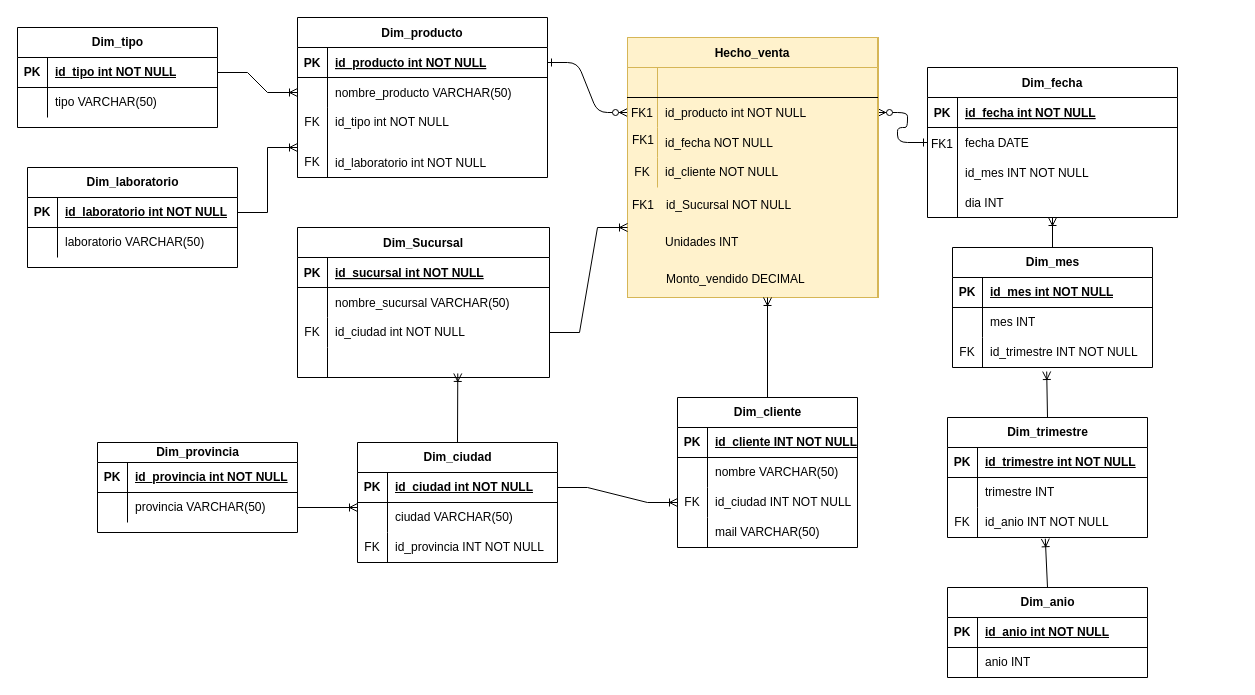
Juanjerezz/ciencia-de-datos keeps this draw.io diagram as 2.actividad-modeladoDW/FarmaciasSnowflake.drawio. Above is the earlier version. Source tidied: cells renumbered, new cells numbered last; positions are measured from the earlier drawing's top-left corner, leaving out a move shared by most shapes. Both pictures are drawn from the tidied source at 100%, with x=0, y=0 at pixel (17, 17).
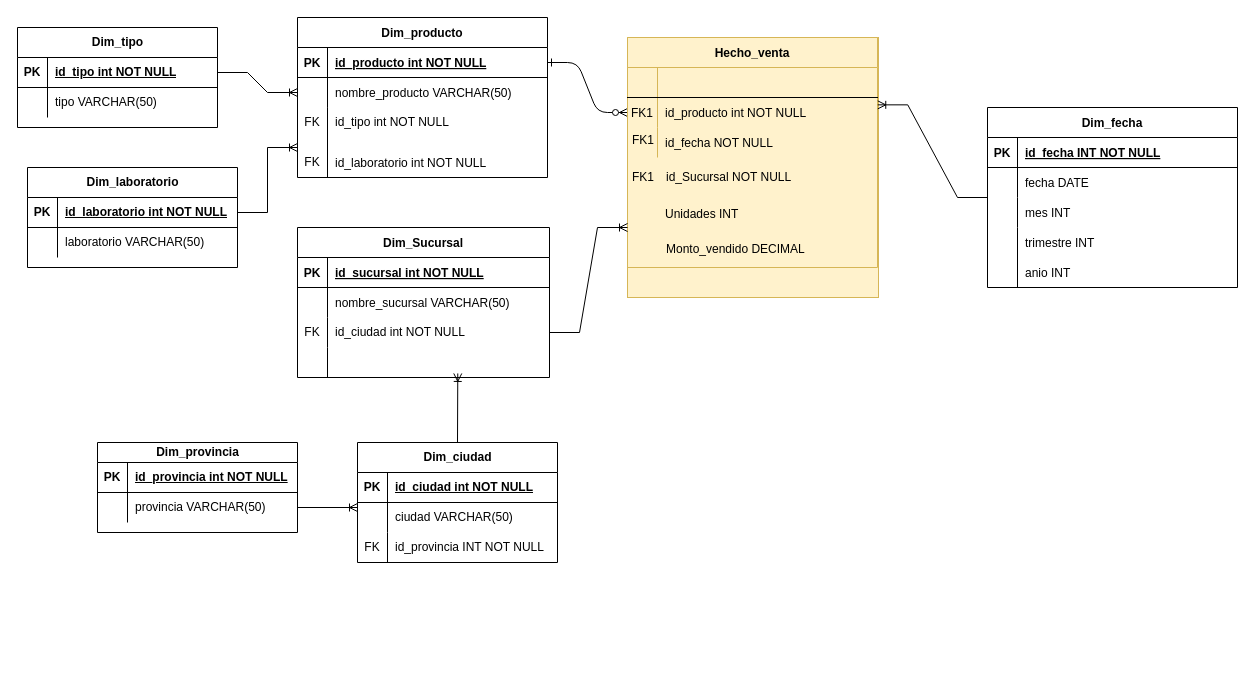
Above is the later version.

The change refers to these unchanged cells:
```xml
<mxCell id="17" style="group;fillColor=#fff2cc;strokeColor=#d6b656;" parent="1" vertex="1">
  <mxGeometry x="610" y="20" width="251" height="260" as="geometry" />
</mxCell>
<mxCell id="22" style="shape=partialRectangle;fillColor=none;points=[[0,0.5],[1,0.5]];portConstraint=eastwest;top=0;left=0;right=0;bottom=0;" parent="18" vertex="1">
  <mxGeometry y="60" width="250" height="30" as="geometry" />
</mxCell>
<mxCell id="76" style="shape=tableRow;horizontal=0;startSize=0;swimlaneHead=0;swimlaneBody=0;fillColor=none;points=[[0,0.5],[1,0.5]];portConstraint=eastwest;top=0;left=0;right=0;bottom=1;" parent="75" vertex="1">
  <mxGeometry y="30" width="200" height="30" as="geometry" />
</mxCell>
```

Diff of the diagram source:
```diff
@@
-    <mxCell id="3" style="edgeStyle=entityRelationEdgeStyle;endArrow=ERzeroToMany;startArrow=ERone;endFill=1;startFill=0;entryX=1;entryY=0.5;entryDx=0;entryDy=0;" parent="1" edge="1" source="39" target="22">
-      <mxGeometry relative="1" as="geometry" />
-    </mxCell>
@@
     <mxCell id="18" value="Hecho_venta" style="shape=table;startSize=30;childLayout=tableLayout;rowLines=0;fontStyle=1;align=center;fillColor=#fff2cc;strokeColor=#d6b656;" parent="17" vertex="1">
-      <mxGeometry width="250" height="260" as="geometry" />
+      <mxGeometry width="250" height="230" as="geometry" />
     </mxCell>
@@
-    <mxCell id="28" style="shape=tableRow;horizontal=0;startSize=0;swimlaneHead=0;swimlaneBody=0;fillColor=none;top=0;left=0;right=0;bottom=0;" parent="18" vertex="1">
-      <mxGeometry y="120" width="250" height="30" as="geometry" />
-    </mxCell>
-    <mxCell id="29" value="FK" style="shape=partialRectangle;fillColor=none;top=0;left=0;bottom=0;right=0;fontStyle=0;overflow=hidden;whiteSpace=wrap;html=1;" parent="28" vertex="1">
-      <mxGeometry width="30" height="30" as="geometry" />
-    </mxCell>
-    <mxCell id="30" value="id_cliente NOT NULL" style="shape=partialRectangle;fillColor=none;top=0;left=0;bottom=0;right=0;align=left;spacingLeft=6;fontStyle=0;overflow=hidden;whiteSpace=wrap;html=1;" parent="28" vertex="1">
-      <mxGeometry x="30" width="220" height="30" as="geometry" />
-    </mxCell>
     <mxCell id="31" value="FK1" style="shape=partialRectangle;overflow=hidden;fillColor=none;top=0;left=0;bottom=0;right=0;" parent="17" vertex="1">
-      <mxGeometry x="1" y="148.6" width="30" height="37.1" as="geometry" />
+      <mxGeometry x="1" y="120.7" width="30" height="37.1" as="geometry" />
     </mxCell>
     <mxCell id="32" value="id_Sucursal NOT NULL" style="shape=partialRectangle;overflow=hidden;fillColor=none;top=0;left=0;bottom=0;right=0;align=left;spacingLeft=6;" parent="17" vertex="1">
-      <mxGeometry x="31" y="148.6" width="220" height="37.1" as="geometry" />
+      <mxGeometry x="31" y="120.7" width="220" height="37.1" as="geometry" />
     </mxCell>
@@
     <mxCell id="34" value="Unidades INT" style="shape=partialRectangle;overflow=hidden;fillColor=none;top=0;left=0;bottom=0;right=0;align=left;spacingLeft=6;" parent="17" vertex="1">
-      <mxGeometry x="30" y="185.7" width="220" height="37.1" as="geometry" />
+      <mxGeometry x="30" y="157.9" width="220" height="37.1" as="geometry" />
     </mxCell>
     <mxCell id="35" value="Monto_vendido DECIMAL" style="shape=partialRectangle;overflow=hidden;fillColor=none;top=0;left=0;bottom=0;right=0;align=left;spacingLeft=6;" parent="17" vertex="1">
-      <mxGeometry x="31" y="222.9" width="220" height="37.1" as="geometry" />
+      <mxGeometry x="31" y="192.9" width="220" height="37.1" as="geometry" />
     </mxCell>
-    <mxCell id="36" style="group;" parent="1" vertex="1">
-      <mxGeometry x="910" y="50" width="250" height="150" as="geometry" />
-    </mxCell>
-    <mxCell id="37" style="group;" parent="36" vertex="1">
-      <mxGeometry width="250" height="150" as="geometry" />
-    </mxCell>
-    <mxCell id="38" style="group;" parent="37" vertex="1">
-      <mxGeometry width="250" height="150" as="geometry" />
-    </mxCell>
-    <mxCell id="39" value="Dim_fecha" style="shape=table;startSize=30;childLayout=tableLayout;rowLines=0;fontStyle=1;align=center;" parent="38" vertex="1">
-      <mxGeometry width="250" height="150" as="geometry" />
-    </mxCell>
-    <mxCell id="40" style="shape=partialRectangle;fillColor=none;top=0;left=0;right=0;bottom=1;" parent="39" vertex="1">
-      <mxGeometry y="30" width="250" height="30" as="geometry" />
-    </mxCell>
-    <mxCell id="41" value="PK" style="shape=partialRectangle;overflow=hidden;fillColor=none;top=0;left=0;bottom=0;right=0;fontStyle=1;" parent="40" vertex="1">
-      <mxGeometry width="30" height="30" as="geometry" />
-    </mxCell>
-    <mxCell id="42" value="id_fecha int NOT NULL " style="shape=partialRectangle;overflow=hidden;fillColor=none;top=0;left=0;bottom=0;right=0;align=left;spacingLeft=6;fontStyle=5;" parent="40" vertex="1">
-      <mxGeometry x="30" width="220" height="30" as="geometry" />
-    </mxCell>
-    <mxCell id="43" style="shape=partialRectangle;fillColor=none;top=0;left=0;right=0;bottom=0;" parent="39" vertex="1">
-      <mxGeometry y="60" width="250" height="30" as="geometry" />
-    </mxCell>
-    <mxCell id="44" style="shape=partialRectangle;overflow=hidden;fillColor=none;top=0;left=0;bottom=0;right=0;" parent="43" vertex="1">
-      <mxGeometry width="30" height="30" as="geometry" />
-    </mxCell>
-    <mxCell id="45" value="fecha DATE" style="shape=partialRectangle;overflow=hidden;fillColor=none;top=0;left=0;bottom=0;right=0;align=left;spacingLeft=6;" parent="43" vertex="1">
-      <mxGeometry x="30" width="220" height="30" as="geometry" />
-    </mxCell>
-    <mxCell id="46" style="shape=partialRectangle;fillColor=none;points=[[0,0.5],[1,0.5]];portConstraint=eastwest;top=0;left=0;right=0;bottom=0;" parent="39" vertex="1">
-      <mxGeometry y="90" width="250" height="30" as="geometry" />
-    </mxCell>
-    <mxCell id="47" style="shape=partialRectangle;overflow=hidden;fillColor=none;top=0;left=0;bottom=0;right=0;" parent="46" vertex="1">
-      <mxGeometry width="30" height="30" as="geometry" />
-    </mxCell>
-    <mxCell id="48" value="id_mes INT NOT NULL" style="shape=partialRectangle;overflow=hidden;fillColor=none;top=0;left=0;bottom=0;right=0;align=left;spacingLeft=6;" parent="46" vertex="1">
-      <mxGeometry x="30" width="220" height="30" as="geometry" />
-    </mxCell>
-    <mxCell id="49" style="shape=partialRectangle;fillColor=none;top=0;left=0;right=0;bottom=0;" parent="39" vertex="1">
-      <mxGeometry y="120" width="250" height="30" as="geometry" />
-    </mxCell>
-    <mxCell id="50" style="shape=partialRectangle;overflow=hidden;fillColor=none;top=0;left=0;bottom=0;right=0;" parent="49" vertex="1">
-      <mxGeometry width="30" height="30" as="geometry" />
-    </mxCell>
-    <mxCell id="51" value="dia INT" style="shape=partialRectangle;overflow=hidden;fillColor=none;top=0;left=0;bottom=0;right=0;align=left;spacingLeft=6;" parent="49" vertex="1">
-      <mxGeometry x="30" width="220" height="30" as="geometry" />
-    </mxCell>
-    <mxCell id="52" style="endArrow=none;html=1;rounded=0;" parent="38" edge="1">
-      <mxGeometry relative="1" as="geometry">
-        <mxPoint x="30" y="130" as="sourcePoint" />
-        <mxPoint x="30" y="86.7" as="targetPoint" />
-      </mxGeometry>
-    </mxCell>
-    <mxCell id="53" value="FK1" style="shape=partialRectangle;overflow=hidden;fillColor=none;top=0;left=0;bottom=0;right=0;" parent="38" vertex="1">
-      <mxGeometry y="65" width="30" height="21.7" as="geometry" />
-    </mxCell>
@@
-    <mxCell id="95" value="Dim_mes" style="shape=table;startSize=30;childLayout=tableLayout;rowLines=0;fontStyle=1;align=center;html=1;fillColor=default;" parent="1" vertex="1">
-      <mxGeometry x="935" y="230" width="200" height="120" as="geometry" />
-    </mxCell>
-    <mxCell id="96" style="shape=tableRow;horizontal=0;startSize=0;swimlaneHead=0;swimlaneBody=0;fillColor=none;top=0;left=0;right=0;bottom=1;" parent="95" vertex="1">
-      <mxGeometry y="30" width="200" height="30" as="geometry" />
-    </mxCell>
-    <mxCell id="97" value="PK" style="shape=partialRectangle;fillColor=none;top=0;left=0;bottom=0;right=0;fontStyle=1;overflow=hidden;whiteSpace=wrap;html=1;" parent="96" vertex="1">
-      <mxGeometry width="30" height="30" as="geometry" />
-    </mxCell>
-    <mxCell id="98" value="id_mes int NOT NULL" style="shape=partialRectangle;fillColor=none;top=0;left=0;bottom=0;right=0;align=left;spacingLeft=6;fontStyle=5;overflow=hidden;whiteSpace=wrap;html=1;" parent="96" vertex="1">
-      <mxGeometry x="30" width="170" height="30" as="geometry" />
-    </mxCell>
-    <mxCell id="99" style="shape=tableRow;horizontal=0;startSize=0;swimlaneHead=0;swimlaneBody=0;fillColor=none;top=0;left=0;right=0;bottom=0;" parent="95" vertex="1">
-      <mxGeometry y="60" width="200" height="30" as="geometry" />
-    </mxCell>
-    <mxCell id="100" style="shape=partialRectangle;fillColor=none;top=0;left=0;bottom=0;right=0;overflow=hidden;whiteSpace=wrap;html=1;" parent="99" vertex="1">
-      <mxGeometry width="30" height="30" as="geometry" />
-    </mxCell>
-    <mxCell id="101" value="mes INT" style="shape=partialRectangle;fillColor=none;top=0;left=0;bottom=0;right=0;align=left;spacingLeft=6;overflow=hidden;whiteSpace=wrap;html=1;" parent="99" vertex="1">
-      <mxGeometry x="30" width="170" height="30" as="geometry" />
-    </mxCell>
-    <mxCell id="102" style="shape=tableRow;horizontal=0;startSize=0;swimlaneHead=0;swimlaneBody=0;fillColor=none;points=[[0,0.5],[1,0.5]];portConstraint=eastwest;top=0;left=0;right=0;bottom=0;" parent="95" vertex="1">
-      <mxGeometry y="90" width="200" height="30" as="geometry" />
-    </mxCell>
-    <mxCell id="103" value="FK" style="shape=partialRectangle;fillColor=none;top=0;left=0;bottom=0;right=0;fontStyle=0;overflow=hidden;whiteSpace=wrap;html=1;" parent="102" vertex="1">
-      <mxGeometry width="30" height="30" as="geometry" />
-    </mxCell>
-    <mxCell id="104" value="id_trimestre INT NOT NULL" style="shape=partialRectangle;fillColor=none;top=0;left=0;bottom=0;right=0;align=left;spacingLeft=6;fontStyle=0;overflow=hidden;whiteSpace=wrap;html=1;" parent="102" vertex="1">
-      <mxGeometry x="30" width="170" height="30" as="geometry" />
-    </mxCell>
-    <mxCell id="105" style="fontSize=12;html=1;endArrow=ERoneToMany;rounded=0;exitX=0.5;exitY=0;exitDx=0;exitDy=0;entryX=0.5;entryY=1;entryDx=0;entryDy=0;" parent="1" edge="1" source="95" target="39">
-      <mxGeometry relative="1" as="geometry" />
-    </mxCell>
-    <mxCell id="106" value="Dim_trimestre" style="shape=table;startSize=30;childLayout=tableLayout;rowLines=0;fontStyle=1;align=center;html=1;fillColor=default;" parent="1" vertex="1">
-      <mxGeometry x="930" y="400" width="200" height="120" as="geometry" />
-    </mxCell>
-    <mxCell id="107" style="shape=tableRow;horizontal=0;startSize=0;swimlaneHead=0;swimlaneBody=0;fillColor=none;top=0;left=0;right=0;bottom=1;" parent="106" vertex="1">
-      <mxGeometry y="30" width="200" height="30" as="geometry" />
-    </mxCell>
-    <mxCell id="108" value="PK" style="shape=partialRectangle;fillColor=none;top=0;left=0;bottom=0;right=0;fontStyle=1;overflow=hidden;whiteSpace=wrap;html=1;" parent="107" vertex="1">
-      <mxGeometry width="30" height="30" as="geometry" />
-    </mxCell>
-    <mxCell id="109" value="id_trimestre int NOT NULL" style="shape=partialRectangle;fillColor=none;top=0;left=0;bottom=0;right=0;align=left;spacingLeft=6;fontStyle=5;overflow=hidden;whiteSpace=wrap;html=1;" parent="107" vertex="1">
-      <mxGeometry x="30" width="170" height="30" as="geometry" />
-    </mxCell>
-    <mxCell id="110" style="shape=tableRow;horizontal=0;startSize=0;swimlaneHead=0;swimlaneBody=0;fillColor=none;top=0;left=0;right=0;bottom=0;" parent="106" vertex="1">
-      <mxGeometry y="60" width="200" height="30" as="geometry" />
-    </mxCell>
-    <mxCell id="111" style="shape=partialRectangle;fillColor=none;top=0;left=0;bottom=0;right=0;overflow=hidden;whiteSpace=wrap;html=1;" parent="110" vertex="1">
-      <mxGeometry width="30" height="30" as="geometry" />
-    </mxCell>
-    <mxCell id="112" value="trimestre INT" style="shape=partialRectangle;fillColor=none;top=0;left=0;bottom=0;right=0;align=left;spacingLeft=6;overflow=hidden;whiteSpace=wrap;html=1;" parent="110" vertex="1">
-      <mxGeometry x="30" width="170" height="30" as="geometry" />
-    </mxCell>
-    <mxCell id="113" style="shape=tableRow;horizontal=0;startSize=0;swimlaneHead=0;swimlaneBody=0;fillColor=none;points=[[0,0.5],[1,0.5]];portConstraint=eastwest;top=0;left=0;right=0;bottom=0;" parent="106" vertex="1">
-      <mxGeometry y="90" width="200" height="30" as="geometry" />
-    </mxCell>
-    <mxCell id="114" value="FK" style="shape=partialRectangle;fillColor=none;top=0;left=0;bottom=0;right=0;fontStyle=0;overflow=hidden;whiteSpace=wrap;html=1;" parent="113" vertex="1">
-      <mxGeometry width="30" height="30" as="geometry" />
-    </mxCell>
-    <mxCell id="115" value="id_anio INT NOT NULL" style="shape=partialRectangle;fillColor=none;top=0;left=0;bottom=0;right=0;align=left;spacingLeft=6;fontStyle=0;overflow=hidden;whiteSpace=wrap;html=1;" parent="113" vertex="1">
-      <mxGeometry x="30" width="170" height="30" as="geometry" />
-    </mxCell>
-    <mxCell id="116" style="fontSize=12;html=1;endArrow=ERoneToMany;rounded=0;exitX=0.5;exitY=0;exitDx=0;exitDy=0;entryX=0.471;entryY=1.134;entryDx=0;entryDy=0;entryPerimeter=0;" parent="1" edge="1" source="106" target="102">
-      <mxGeometry relative="1" as="geometry" />
-    </mxCell>
-    <mxCell id="117" value="Dim_anio" style="shape=table;startSize=30;childLayout=tableLayout;rowLines=0;fontStyle=1;align=center;html=1;fillColor=default;" parent="1" vertex="1">
-      <mxGeometry x="930" y="570" width="200" height="90" as="geometry" />
-    </mxCell>
-    <mxCell id="118" style="shape=tableRow;horizontal=0;startSize=0;swimlaneHead=0;swimlaneBody=0;fillColor=none;top=0;left=0;right=0;bottom=1;" parent="117" vertex="1">
-      <mxGeometry y="30" width="200" height="30" as="geometry" />
-    </mxCell>
-    <mxCell id="119" value="PK" style="shape=partialRectangle;fillColor=none;top=0;left=0;bottom=0;right=0;fontStyle=1;overflow=hidden;whiteSpace=wrap;html=1;" parent="118" vertex="1">
-      <mxGeometry width="30" height="30" as="geometry" />
-    </mxCell>
-    <mxCell id="120" value="id_anio int NOT NULL" style="shape=partialRectangle;fillColor=none;top=0;left=0;bottom=0;right=0;align=left;spacingLeft=6;fontStyle=5;overflow=hidden;whiteSpace=wrap;html=1;" parent="118" vertex="1">
-      <mxGeometry x="30" width="170" height="30" as="geometry" />
-    </mxCell>
-    <mxCell id="121" style="shape=tableRow;horizontal=0;startSize=0;swimlaneHead=0;swimlaneBody=0;fillColor=none;top=0;left=0;right=0;bottom=0;" parent="117" vertex="1">
-      <mxGeometry y="60" width="200" height="30" as="geometry" />
-    </mxCell>
-    <mxCell id="122" style="shape=partialRectangle;fillColor=none;top=0;left=0;bottom=0;right=0;overflow=hidden;whiteSpace=wrap;html=1;" parent="121" vertex="1">
-      <mxGeometry width="30" height="30" as="geometry" />
-    </mxCell>
-    <mxCell id="123" value="anio INT" style="shape=partialRectangle;fillColor=none;top=0;left=0;bottom=0;right=0;align=left;spacingLeft=6;overflow=hidden;whiteSpace=wrap;html=1;" parent="121" vertex="1">
-      <mxGeometry x="30" width="170" height="30" as="geometry" />
-    </mxCell>
-    <mxCell id="124" style="fontSize=12;html=1;endArrow=ERoneToMany;rounded=0;exitX=0.5;exitY=0;exitDx=0;exitDy=0;entryX=0.489;entryY=1.041;entryDx=0;entryDy=0;entryPerimeter=0;" parent="1" edge="1" source="117" target="113">
-      <mxGeometry relative="1" as="geometry" />
-    </mxCell>
-    <mxCell id="125" value="Dim_cliente" style="shape=table;startSize=30;childLayout=tableLayout;rowLines=0;fontStyle=1;align=center;html=1;" parent="1" vertex="1">
-      <mxGeometry x="660" y="380" width="180" height="150" as="geometry" />
-    </mxCell>
-    <mxCell id="126" style="shape=tableRow;horizontal=0;startSize=0;swimlaneHead=0;swimlaneBody=0;fillColor=none;top=0;left=0;right=0;bottom=1;" parent="125" vertex="1">
-      <mxGeometry y="30" width="180" height="30" as="geometry" />
-    </mxCell>
-    <mxCell id="127" value="PK" style="shape=partialRectangle;fillColor=none;top=0;left=0;bottom=0;right=0;fontStyle=1;overflow=hidden;whiteSpace=wrap;html=1;" parent="126" vertex="1">
-      <mxGeometry width="30" height="30" as="geometry" />
-    </mxCell>
-    <mxCell id="128" value="id_cliente INT NOT NULL" style="shape=partialRectangle;fillColor=none;top=0;left=0;bottom=0;right=0;align=left;spacingLeft=6;fontStyle=5;overflow=hidden;whiteSpace=wrap;html=1;" parent="126" vertex="1">
-      <mxGeometry x="30" width="150" height="30" as="geometry" />
-    </mxCell>
-    <mxCell id="129" style="shape=tableRow;horizontal=0;startSize=0;swimlaneHead=0;swimlaneBody=0;fillColor=none;top=0;left=0;right=0;bottom=0;" parent="125" vertex="1">
-      <mxGeometry y="60" width="180" height="30" as="geometry" />
-    </mxCell>
-    <mxCell id="130" style="shape=partialRectangle;fillColor=none;top=0;left=0;bottom=0;right=0;overflow=hidden;whiteSpace=wrap;html=1;" parent="129" vertex="1">
-      <mxGeometry width="30" height="30" as="geometry" />
-    </mxCell>
-    <mxCell id="131" value="nombre VARCHAR(50)" style="shape=partialRectangle;fillColor=none;top=0;left=0;bottom=0;right=0;align=left;spacingLeft=6;overflow=hidden;whiteSpace=wrap;html=1;" parent="129" vertex="1">
-      <mxGeometry x="30" width="150" height="30" as="geometry" />
-    </mxCell>
-    <mxCell id="132" style="shape=tableRow;horizontal=0;startSize=0;swimlaneHead=0;swimlaneBody=0;fillColor=none;points=[[0,0.5],[1,0.5]];portConstraint=eastwest;top=0;left=0;right=0;bottom=0;" parent="125" vertex="1">
-      <mxGeometry y="90" width="180" height="30" as="geometry" />
-    </mxCell>
-    <mxCell id="133" value="FK" style="shape=partialRectangle;fillColor=none;top=0;left=0;bottom=0;right=0;fontStyle=0;overflow=hidden;whiteSpace=wrap;html=1;" parent="132" vertex="1">
-      <mxGeometry width="30" height="30" as="geometry" />
-    </mxCell>
-    <mxCell id="134" value="id_ciudad INT NOT NULL" style="shape=partialRectangle;fillColor=none;top=0;left=0;bottom=0;right=0;align=left;spacingLeft=6;fontStyle=0;overflow=hidden;whiteSpace=wrap;html=1;" parent="132" vertex="1">
-      <mxGeometry x="30" width="150" height="30" as="geometry" />
-    </mxCell>
-    <mxCell id="135" style="shape=tableRow;horizontal=0;startSize=0;swimlaneHead=0;swimlaneBody=0;fillColor=none;top=0;left=0;right=0;bottom=0;" parent="125" vertex="1">
-      <mxGeometry y="120" width="180" height="30" as="geometry" />
-    </mxCell>
-    <mxCell id="136" style="shape=partialRectangle;fillColor=none;top=0;left=0;bottom=0;right=0;overflow=hidden;whiteSpace=wrap;html=1;" parent="135" vertex="1">
-      <mxGeometry width="30" height="30" as="geometry" />
-    </mxCell>
-    <mxCell id="137" value="mail VARCHAR(50)" style="shape=partialRectangle;fillColor=none;top=0;left=0;bottom=0;right=0;align=left;spacingLeft=6;overflow=hidden;whiteSpace=wrap;html=1;" parent="135" vertex="1">
-      <mxGeometry x="30" width="150" height="30" as="geometry" />
-    </mxCell>
-    <mxCell id="138" style="edgeStyle=entityRelationEdgeStyle;fontSize=12;html=1;endArrow=ERoneToMany;rounded=0;entryX=0;entryY=0.5;entryDx=0;entryDy=0;exitX=1;exitY=0.5;exitDx=0;exitDy=0;" parent="1" edge="1" source="76" target="132">
-      <mxGeometry relative="1" as="geometry" />
-    </mxCell>
-    <mxCell id="139" style="fontSize=12;html=1;endArrow=ERoneToMany;rounded=0;exitX=0.5;exitY=0;exitDx=0;exitDy=0;" parent="1" edge="1" source="125">
-      <mxGeometry relative="1" as="geometry">
-        <mxPoint x="750" y="280" as="targetPoint" />
-      </mxGeometry>
-    </mxCell>
@@
+    <mxCell id="150" style="endArrow=none;html=1;rounded=0;" parent="1" edge="1">
+      <mxGeometry relative="1" as="geometry">
+        <mxPoint x="1000" y="270" as="sourcePoint" />
+        <mxPoint x="1000" y="210" as="targetPoint" />
+      </mxGeometry>
+    </mxCell>
+    <mxCell id="151" style="group;" parent="1" vertex="1">
+      <mxGeometry x="970" y="90" width="250" height="180" as="geometry" />
+    </mxCell>
+    <mxCell id="152" style="group;" parent="151" vertex="1">
+      <mxGeometry width="250" height="180" as="geometry" />
+    </mxCell>
+    <mxCell id="39" value="Dim_fecha" style="shape=table;startSize=30;childLayout=tableLayout;rowLines=0;fontStyle=1;align=center;" parent="152" vertex="1">
+      <mxGeometry width="250" height="180" as="geometry" />
+    </mxCell>
+    <mxCell id="40" style="shape=partialRectangle;fillColor=none;top=0;left=0;right=0;bottom=1;" parent="39" vertex="1">
+      <mxGeometry y="30" width="250" height="30" as="geometry" />
+    </mxCell>
+    <mxCell id="41" value="PK" style="shape=partialRectangle;overflow=hidden;fillColor=none;top=0;left=0;bottom=0;right=0;fontStyle=1;" parent="40" vertex="1">
+      <mxGeometry width="30" height="30" as="geometry" />
+    </mxCell>
+    <mxCell id="153" value="id_fecha INT NOT NULL " style="shape=partialRectangle;overflow=hidden;fillColor=none;top=0;left=0;bottom=0;right=0;align=left;spacingLeft=6;fontStyle=5;" parent="40" vertex="1">
+      <mxGeometry x="30" width="220" height="30" as="geometry" />
+    </mxCell>
+    <mxCell id="43" style="shape=partialRectangle;fillColor=none;top=0;left=0;right=0;bottom=0;" parent="39" vertex="1">
+      <mxGeometry y="60" width="250" height="30" as="geometry" />
+    </mxCell>
+    <mxCell id="154" style="shape=partialRectangle;overflow=hidden;fillColor=none;top=0;left=0;bottom=0;right=0;" parent="43" vertex="1">
+      <mxGeometry width="30" height="30" as="geometry" />
+    </mxCell>
+    <mxCell id="45" value="fecha DATE" style="shape=partialRectangle;overflow=hidden;fillColor=none;top=0;left=0;bottom=0;right=0;align=left;spacingLeft=6;" parent="43" vertex="1">
+      <mxGeometry x="30" width="220" height="30" as="geometry" />
+    </mxCell>
+    <mxCell id="46" style="shape=partialRectangle;fillColor=none;points=[[0,0.5],[1,0.5]];portConstraint=eastwest;top=0;left=0;right=0;bottom=0;" parent="39" vertex="1">
+      <mxGeometry y="90" width="250" height="30" as="geometry" />
+    </mxCell>
+    <mxCell id="155" style="shape=partialRectangle;overflow=hidden;fillColor=none;top=0;left=0;bottom=0;right=0;" parent="46" vertex="1">
+      <mxGeometry width="30" height="30" as="geometry" />
+    </mxCell>
+    <mxCell id="101" value="mes INT" style="shape=partialRectangle;overflow=hidden;fillColor=none;top=0;left=0;bottom=0;right=0;align=left;spacingLeft=6;" parent="46" vertex="1">
+      <mxGeometry x="30" width="220" height="30" as="geometry" />
+    </mxCell>
+    <mxCell id="112" value="trimestre INT" style="shape=partialRectangle;overflow=hidden;fillColor=none;top=0;left=0;bottom=0;right=0;align=left;spacingLeft=6;" parent="152" vertex="1">
+      <mxGeometry x="30" y="120" width="220" height="30" as="geometry" />
+    </mxCell>
+    <mxCell id="123" value="anio INT" style="shape=partialRectangle;overflow=hidden;fillColor=none;top=0;left=0;bottom=0;right=0;align=left;spacingLeft=6;" parent="152" vertex="1">
+      <mxGeometry x="30" y="150" width="220" height="30" as="geometry" />
+    </mxCell>
+    <mxCell id="156" style="edgeStyle=entityRelationEdgeStyle;fontSize=12;html=1;endArrow=ERoneToMany;rounded=0;exitX=0;exitY=0;exitDx=0;exitDy=0;exitPerimeter=0;entryX=1.001;entryY=0.245;entryDx=0;entryDy=0;entryPerimeter=0;" parent="1" edge="1" source="46" target="22">
+      <mxGeometry relative="1" as="geometry" />
+    </mxCell>
```
